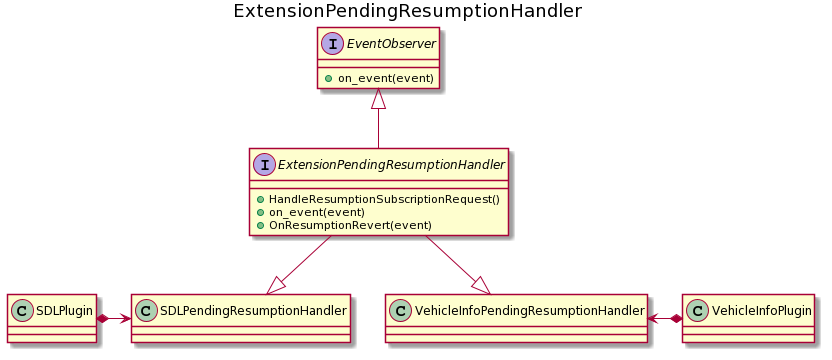
The PlantUML diagram docs/Developer Documentation/ResumeController/assets/extension_pending_resumption_handler.png in smartdevicelink/sdl_core_guides, before a commit.
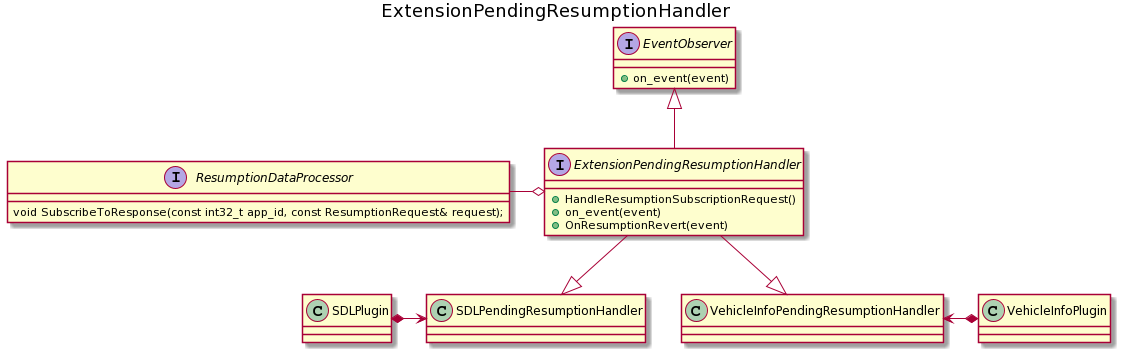
After the commit.

Commit message:
Use ResumptionDataProcessor interface instead of subscriber functor

The edit, as a diff of the source:
```diff
@@ -6,11 +6,16 @@
    + on_event(event)
 }
 
+interface ResumptionDataProcessor {
+  void SubscribeToResponse(const int32_t app_id, const ResumptionRequest& request);
+}
+
 interface ExtensionPendingResumptionHandler {
   + HandleResumptionSubscriptionRequest()
   + on_event(event)
   + OnResumptionRevert(event)
 }
+ExtensionPendingResumptionHandler o-left- ResumptionDataProcessor
 
 EventObserver <|-down-ExtensionPendingResumptionHandler
 
```
